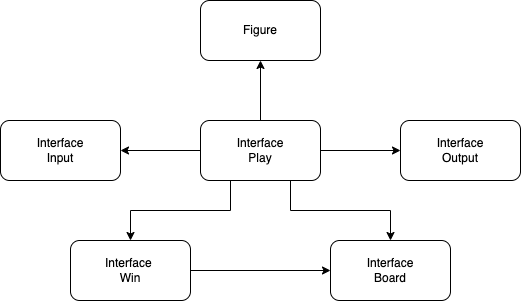
Earlier version of the draw.io export data/image/tic-tac-toe.drawio.png (PavelM2205/job4j_grabber). Source tidied: cells renumbered, new cells last; positions are measured from the earlier drawing's top-left corner, leaving out a move shared by most shapes. Its diagram source:
```xml
<mxGraphModel>
  <root>
    <mxCell id="0" />
    <mxCell id="1" parent="0" />
    <mxCell id="2" style="edgeStyle=orthogonalEdgeStyle;rounded=0;jettySize=auto;html=1;exitX=0.5;exitY=0;exitDx=0;exitDy=0;entryX=0.5;entryY=1;entryDx=0;entryDy=0;" parent="1" edge="1" source="7" target="8">
      <mxGeometry relative="1" as="geometry" />
    </mxCell>
    <mxCell id="3" style="edgeStyle=orthogonalEdgeStyle;rounded=0;jettySize=auto;html=1;exitX=1;exitY=0.5;exitDx=0;exitDy=0;" parent="1" edge="1" source="7" target="11">
      <mxGeometry relative="1" as="geometry" />
    </mxCell>
    <mxCell id="4" style="edgeStyle=orthogonalEdgeStyle;rounded=0;jettySize=auto;html=1;exitX=0;exitY=0.5;exitDx=0;exitDy=0;entryX=1;entryY=0.5;entryDx=0;entryDy=0;" parent="1" edge="1" source="7" target="10">
      <mxGeometry relative="1" as="geometry" />
    </mxCell>
    <mxCell id="5" style="edgeStyle=orthogonalEdgeStyle;rounded=0;jettySize=auto;html=1;exitX=0.25;exitY=1;exitDx=0;exitDy=0;entryX=0.5;entryY=0;entryDx=0;entryDy=0;" parent="1" edge="1" source="7" target="13">
      <mxGeometry relative="1" as="geometry" />
    </mxCell>
    <mxCell id="6" style="edgeStyle=orthogonalEdgeStyle;rounded=0;jettySize=auto;html=1;exitX=0.75;exitY=1;exitDx=0;exitDy=0;entryX=0.5;entryY=0;entryDx=0;entryDy=0;" parent="1" edge="1" source="7" target="9">
      <mxGeometry relative="1" as="geometry" />
    </mxCell>
    <mxCell id="7" value="Interface&lt;br&gt;Play" style="rounded=1;whiteSpace=wrap;html=1;" parent="1" vertex="1">
      <mxGeometry x="200" y="120" width="120" height="60" as="geometry" />
    </mxCell>
    <mxCell id="8" value="Figure" style="rounded=1;whiteSpace=wrap;html=1;" parent="1" vertex="1">
      <mxGeometry x="200" width="120" height="60" as="geometry" />
    </mxCell>
    <mxCell id="9" value="Interface&lt;br&gt;Board" style="rounded=1;whiteSpace=wrap;html=1;" parent="1" vertex="1">
      <mxGeometry x="330" y="240" width="120" height="60" as="geometry" />
    </mxCell>
    <mxCell id="10" value="Interface&lt;br&gt;Input" style="rounded=1;whiteSpace=wrap;html=1;" parent="1" vertex="1">
      <mxGeometry y="120" width="120" height="60" as="geometry" />
    </mxCell>
    <mxCell id="11" value="Interface&lt;br&gt;Output" style="rounded=1;whiteSpace=wrap;html=1;" parent="1" vertex="1">
      <mxGeometry x="400" y="120" width="120" height="60" as="geometry" />
    </mxCell>
    <mxCell id="12" style="edgeStyle=orthogonalEdgeStyle;rounded=0;jettySize=auto;html=1;exitX=1;exitY=0.5;exitDx=0;exitDy=0;entryX=0;entryY=0.5;entryDx=0;entryDy=0;" parent="1" edge="1" source="13" target="9">
      <mxGeometry relative="1" as="geometry" />
    </mxCell>
    <mxCell id="13" value="Interface&amp;nbsp;&lt;br&gt;Win" style="rounded=1;whiteSpace=wrap;html=1;" parent="1" vertex="1">
      <mxGeometry x="70" y="240" width="120" height="60" as="geometry" />
    </mxCell>
  </root>
</mxGraphModel>
```
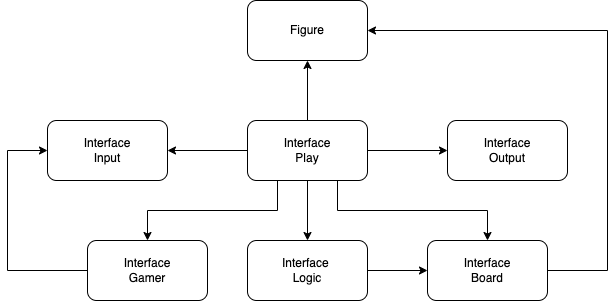
After the commit.

Commit message:
2. Крестики-нолики. Тестовое задание. [#793]

The edit, as a diff of the source:
```diff
@@ -12,19 +12,34 @@
       <mxGeometry relative="1" as="geometry" />
     </mxCell>
     <mxCell id="5" style="edgeStyle=orthogonalEdgeStyle;rounded=0;jettySize=auto;html=1;exitX=0.25;exitY=1;exitDx=0;exitDy=0;entryX=0.5;entryY=0;entryDx=0;entryDy=0;" parent="1" edge="1" source="7" target="13">
-      <mxGeometry relative="1" as="geometry" />
+      <mxGeometry relative="1" as="geometry">
+        <Array as="points">
+          <mxPoint x="260" y="180" />
+        </Array>
+      </mxGeometry>
     </mxCell>
     <mxCell id="6" style="edgeStyle=orthogonalEdgeStyle;rounded=0;jettySize=auto;html=1;exitX=0.75;exitY=1;exitDx=0;exitDy=0;entryX=0.5;entryY=0;entryDx=0;entryDy=0;" parent="1" edge="1" source="7" target="9">
       <mxGeometry relative="1" as="geometry" />
     </mxCell>
+    <mxCell id="14" style="edgeStyle=orthogonalEdgeStyle;rounded=0;jettySize=auto;html=1;exitX=0.25;exitY=1;exitDx=0;exitDy=0;entryX=0.5;entryY=0;entryDx=0;entryDy=0;" parent="1" edge="1" source="7" target="17">
+      <mxGeometry relative="1" as="geometry" />
+    </mxCell>
     <mxCell id="7" value="Interface&lt;br&gt;Play" style="rounded=1;whiteSpace=wrap;html=1;" parent="1" vertex="1">
       <mxGeometry x="200" y="120" width="120" height="60" as="geometry" />
     </mxCell>
     <mxCell id="8" value="Figure" style="rounded=1;whiteSpace=wrap;html=1;" parent="1" vertex="1">
       <mxGeometry x="200" width="120" height="60" as="geometry" />
     </mxCell>
+    <mxCell id="15" style="edgeStyle=orthogonalEdgeStyle;rounded=0;jettySize=auto;html=1;exitX=1;exitY=0.5;exitDx=0;exitDy=0;entryX=1;entryY=0.5;entryDx=0;entryDy=0;" parent="1" edge="1" source="9" target="8">
+      <mxGeometry relative="1" as="geometry">
+        <Array as="points">
+          <mxPoint x="560" y="270" />
+          <mxPoint x="560" y="30" />
+        </Array>
+      </mxGeometry>
+    </mxCell>
     <mxCell id="9" value="Interface&lt;br&gt;Board" style="rounded=1;whiteSpace=wrap;html=1;" parent="1" vertex="1">
-      <mxGeometry x="330" y="240" width="120" height="60" as="geometry" />
+      <mxGeometry x="380" y="240" width="120" height="60" as="geometry" />
     </mxCell>
     <mxCell id="10" value="Interface&lt;br&gt;Input" style="rounded=1;whiteSpace=wrap;html=1;" parent="1" vertex="1">
       <mxGeometry y="120" width="120" height="60" as="geometry" />
@@ -35,8 +50,19 @@
     <mxCell id="12" style="edgeStyle=orthogonalEdgeStyle;rounded=0;jettySize=auto;html=1;exitX=1;exitY=0.5;exitDx=0;exitDy=0;entryX=0;entryY=0.5;entryDx=0;entryDy=0;" parent="1" edge="1" source="13" target="9">
       <mxGeometry relative="1" as="geometry" />
     </mxCell>
-    <mxCell id="13" value="Interface&amp;nbsp;&lt;br&gt;Win" style="rounded=1;whiteSpace=wrap;html=1;" parent="1" vertex="1">
-      <mxGeometry x="70" y="240" width="120" height="60" as="geometry" />
+    <mxCell id="13" value="Interface&amp;nbsp;&lt;br&gt;Logic" style="rounded=1;whiteSpace=wrap;html=1;" parent="1" vertex="1">
+      <mxGeometry x="200" y="240" width="120" height="60" as="geometry" />
     </mxCell>
+    <mxCell id="16" style="edgeStyle=orthogonalEdgeStyle;rounded=0;jettySize=auto;html=1;exitX=0;exitY=0.5;exitDx=0;exitDy=0;entryX=0;entryY=0.5;entryDx=0;entryDy=0;" parent="1" edge="1" source="17" target="10">
+      <mxGeometry relative="1" as="geometry">
+        <Array as="points">
+          <mxPoint x="-40" y="270" />
+          <mxPoint x="-40" y="150" />
+        </Array>
+      </mxGeometry>
+    </mxCell>
+    <mxCell id="17" value="Interface&lt;br&gt;Gamer" style="rounded=1;whiteSpace=wrap;html=1;" parent="1" vertex="1">
+      <mxGeometry x="40" y="240" width="120" height="60" as="geometry" />
+    </mxCell>
   </root>
 </mxGraphModel>
```
